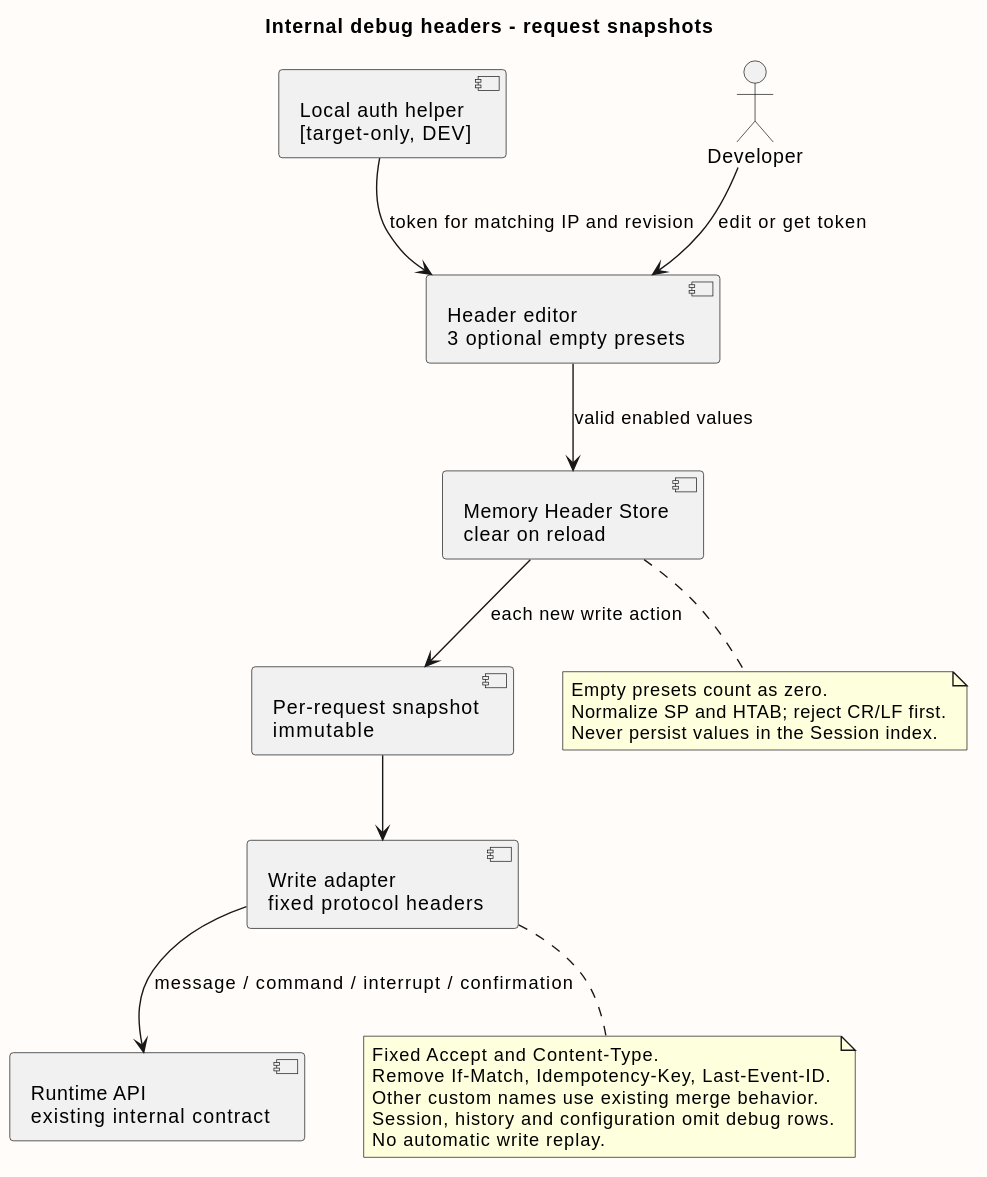
This is 01-总体架构/04-CampusClaw前端体验/frontend_debug_header_flow.svg from ssm0808/pi-mono-java-design, a PlantUML export, as it was before one commit.
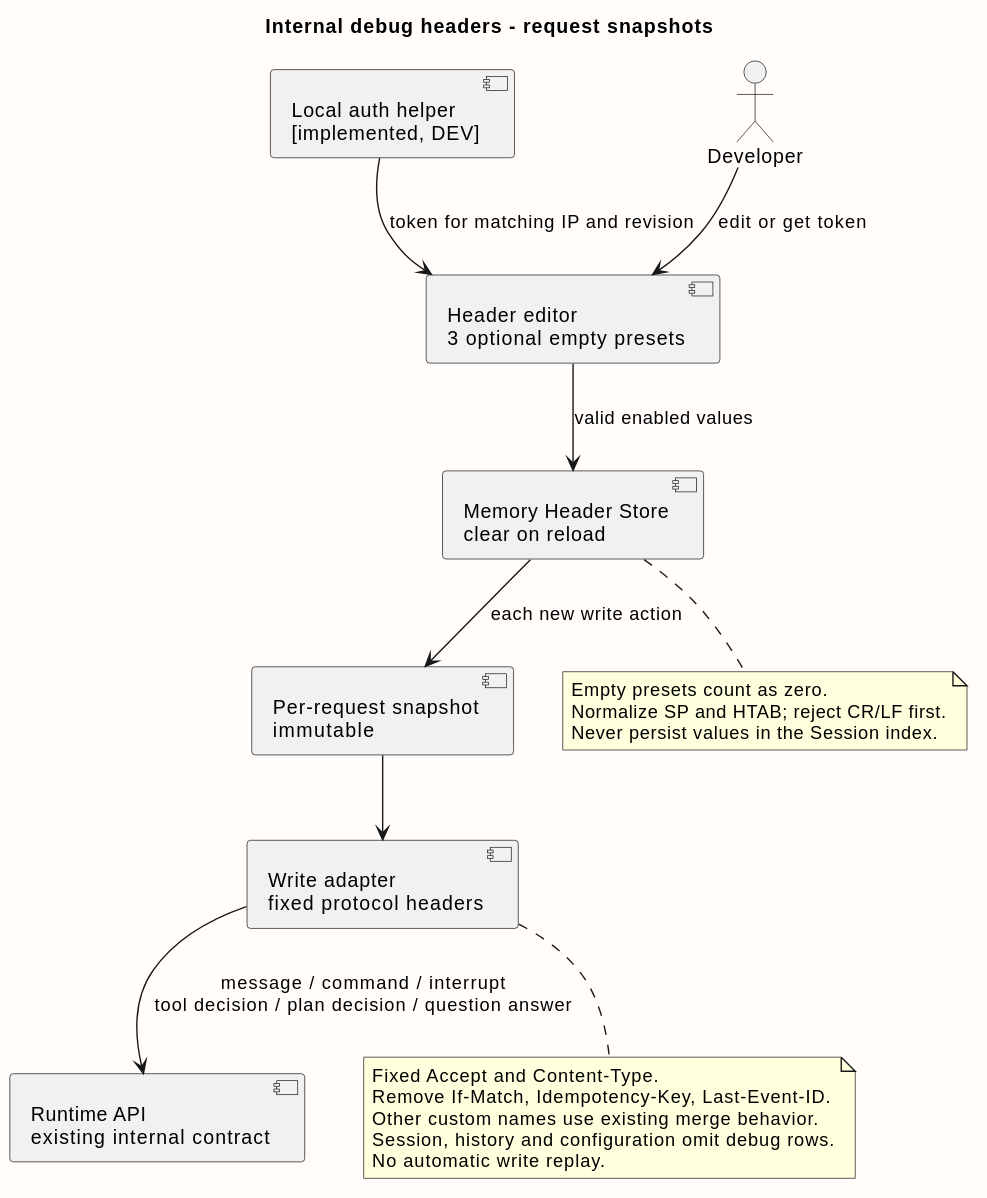
Above is the later version.

The edit, as a diff of the source:
```diff
@@ -8,14 +8,14 @@
 component "Per-request snapshot\nimmutable" as Snapshot
 component "Write adapter\nfixed protocol headers" as Adapter
 component "Runtime API\nexisting internal contract" as Runtime
-component "Local auth helper\n[target-only, DEV]" as Auth
+component "Local auth helper\n[implemented, DEV]" as Auth
 actor Developer
 Developer --> Editor : edit or get token
 Auth --> Editor : token for matching IP and revision
 Editor --> Store : valid enabled values
 Store --> Snapshot : each new write action
 Snapshot --> Adapter
-Adapter --> Runtime : message / command / interrupt / confirmation
+Adapter --> Runtime : message / command / interrupt\ntool decision / plan decision / question answer
 note bottom of Store
   Empty presets count as zero.
   Normalize SP and HTAB; reject CR/LF first.
```
